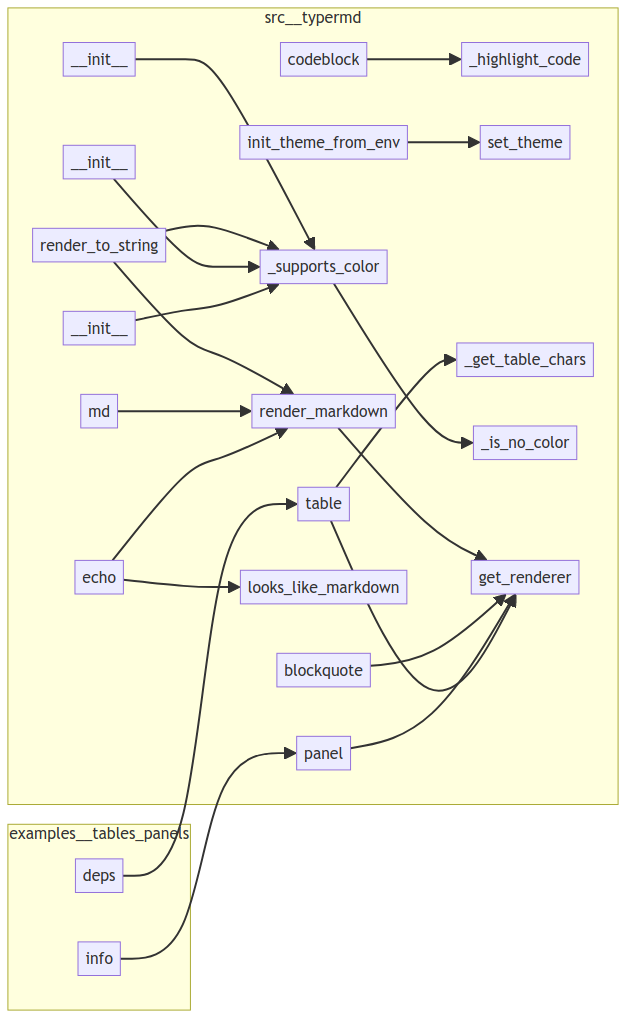
This is project/calls.png from pyfunc/typermd, a Mermaid export, as it was before one commit. Its source is kept beside it as project/calls.mmd. Source of this version:
```mermaid
flowchart LR
    subgraph examples__tables_panels
        examples__tables_panels__deps["deps"]
        examples__tables_panels__info["info"]
    end
    subgraph src__typermd
        src__typermd__renderer__md["md"]
        src__typermd__logger__Logger____init__["__init__"]
        src__typermd__help__MarkdownHelpFormatter____init__["__init__"]
        src__typermd__table["table"]
        src__typermd__renderer__render_to_string["render_to_string"]
        src__typermd__renderer___highlight_code["_highlight_code"]
        src__typermd__renderer__render_markdown["render_markdown"]
        src__typermd__blockquote["blockquote"]
        src__typermd__echo["echo"]
        src__typermd__panel["panel"]
        src__typermd__renderer__MarkdownRenderer__codeblock["codeblock"]
        src__typermd__themes__set_theme["set_theme"]
        src__typermd__renderer__looks_like_markdown["looks_like_markdown"]
        src__typermd__renderer__MarkdownRenderer____init__["__init__"]
        src__typermd___get_table_chars["_get_table_chars"]
        src__typermd__renderer___is_no_color["_is_no_color"]
        src__typermd__renderer__get_renderer["get_renderer"]
        src__typermd__themes__init_theme_from_env["init_theme_from_env"]
        src__typermd__renderer___supports_color["_supports_color"]
    end
    src__typermd__echo --> src__typermd__renderer__looks_like_markdown
    src__typermd__echo --> src__typermd__renderer__render_markdown
    src__typermd__table --> src__typermd__renderer__get_renderer
    src__typermd__table --> src__typermd___get_table_chars
    src__typermd__panel --> src__typermd__renderer__get_renderer
    src__typermd__blockquote --> src__typermd__renderer__get_renderer
    src__typermd__themes__init_theme_from_env --> src__typermd__themes__set_theme
    examples__tables_panels__deps --> src__typermd__table
    examples__tables_panels__info --> src__typermd__panel
    src__typermd__logger__Logger____init__ --> src__typermd__renderer___supports_color
    src__typermd__renderer___supports_color --> src__typermd__renderer___is_no_color
    src__typermd__renderer__MarkdownRenderer____init__ --> src__typermd__renderer___supports_color
    src__typermd__renderer__MarkdownRenderer__codeblock --> src__typermd__renderer___highlight_code
    src__typermd__renderer__render_markdown --> src__typermd__renderer__get_renderer
    src__typermd__renderer__md --> src__typermd__renderer__render_markdown
    src__typermd__renderer__render_to_string --> src__typermd__renderer__render_markdown
    src__typermd__renderer__render_to_string --> src__typermd__renderer___supports_color
    src__typermd__help__MarkdownHelpFormatter____init__ --> src__typermd__renderer___supports_color
```
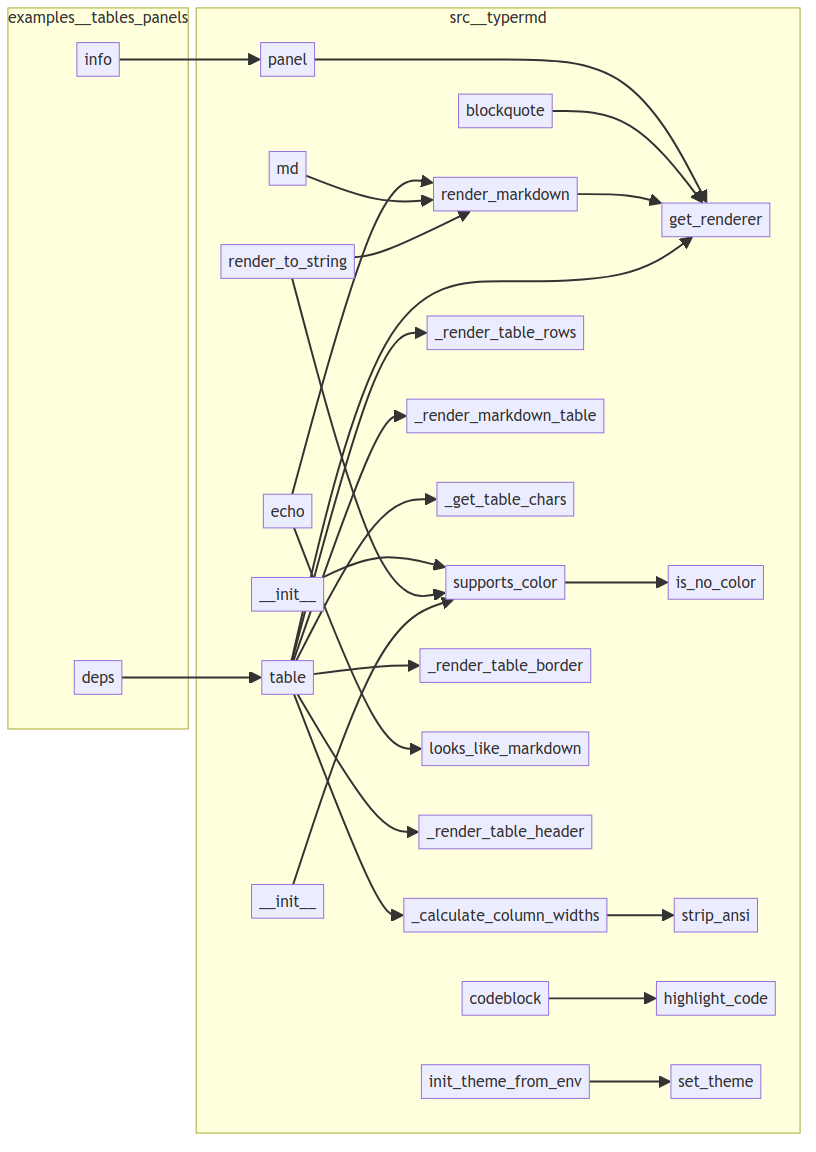
After the change.

Change to the diagram source:
```diff
@@ -1,44 +1,54 @@
 flowchart LR
     subgraph examples__tables_panels
+        examples__tables_panels__info["info"]
         examples__tables_panels__deps["deps"]
-        examples__tables_panels__info["info"]
     end
     subgraph src__typermd
+        src__typermd__themes__init_theme_from_env["init_theme_from_env"]
         src__typermd__renderer__md["md"]
-        src__typermd__logger__Logger____init__["__init__"]
-        src__typermd__help__MarkdownHelpFormatter____init__["__init__"]
-        src__typermd__table["table"]
+        src__typermd__panel["panel"]
+        src__typermd__renderer__get_renderer["get_renderer"]
+        src__typermd__tables___calculate_column_widths["_calculate_column_widths"]
+        src__typermd__ansi__supports_color["supports_color"]
+        src__typermd__renderer__MarkdownRenderer__codeblock["codeblock"]
+        src__typermd__tables___render_table_rows["_render_table_rows"]
+        src__typermd__tables___render_markdown_table["_render_markdown_table"]
         src__typermd__renderer__render_to_string["render_to_string"]
-        src__typermd__renderer___highlight_code["_highlight_code"]
-        src__typermd__renderer__render_markdown["render_markdown"]
+        src__typermd__tables___get_table_chars["_get_table_chars"]
         src__typermd__blockquote["blockquote"]
-        src__typermd__echo["echo"]
-        src__typermd__panel["panel"]
-        src__typermd__renderer__MarkdownRenderer__codeblock["codeblock"]
+        src__typermd__ansi__is_no_color["is_no_color"]
+        src__typermd__tables___render_table_border["_render_table_border"]
+        src__typermd__ansi__strip_ansi["strip_ansi"]
+        src__typermd__tables__table["table"]
+        src__typermd__highlighting__highlight_code["highlight_code"]
         src__typermd__themes__set_theme["set_theme"]
         src__typermd__renderer__looks_like_markdown["looks_like_markdown"]
+        src__typermd__logger__Logger____init__["__init__"]
+        src__typermd__tables___render_table_header["_render_table_header"]
         src__typermd__renderer__MarkdownRenderer____init__["__init__"]
-        src__typermd___get_table_chars["_get_table_chars"]
-        src__typermd__renderer___is_no_color["_is_no_color"]
-        src__typermd__renderer__get_renderer["get_renderer"]
-        src__typermd__themes__init_theme_from_env["init_theme_from_env"]
-        src__typermd__renderer___supports_color["_supports_color"]
+        src__typermd__renderer__render_markdown["render_markdown"]
+        src__typermd__echo["echo"]
     end
+    examples__tables_panels__deps --> src__typermd__tables__table
+    examples__tables_panels__info --> src__typermd__panel
+    src__typermd__ansi__supports_color --> src__typermd__ansi__is_no_color
     src__typermd__echo --> src__typermd__renderer__looks_like_markdown
     src__typermd__echo --> src__typermd__renderer__render_markdown
-    src__typermd__table --> src__typermd__renderer__get_renderer
-    src__typermd__table --> src__typermd___get_table_chars
     src__typermd__panel --> src__typermd__renderer__get_renderer
     src__typermd__blockquote --> src__typermd__renderer__get_renderer
-    src__typermd__themes__init_theme_from_env --> src__typermd__themes__set_theme
-    examples__tables_panels__deps --> src__typermd__table
-    examples__tables_panels__info --> src__typermd__panel
-    src__typermd__logger__Logger____init__ --> src__typermd__renderer___supports_color
-    src__typermd__renderer___supports_color --> src__typermd__renderer___is_no_color
-    src__typermd__renderer__MarkdownRenderer____init__ --> src__typermd__renderer___supports_color
-    src__typermd__renderer__MarkdownRenderer__codeblock --> src__typermd__renderer___highlight_code
+    src__typermd__renderer__MarkdownRenderer____init__ --> src__typermd__ansi__supports_color
+    src__typermd__renderer__MarkdownRenderer__codeblock --> src__typermd__highlighting__highlight_code
     src__typermd__renderer__render_markdown --> src__typermd__renderer__get_renderer
     src__typermd__renderer__md --> src__typermd__renderer__render_markdown
     src__typermd__renderer__render_to_string --> src__typermd__renderer__render_markdown
-    src__typermd__renderer__render_to_string --> src__typermd__renderer___supports_color
-    src__typermd__help__MarkdownHelpFormatter____init__ --> src__typermd__renderer___supports_color
+    src__typermd__renderer__render_to_string --> src__typermd__ansi__supports_color
+    src__typermd__tables___calculate_column_widths --> src__typermd__ansi__strip_ansi
+    src__typermd__tables__table --> src__typermd__renderer__get_renderer
+    src__typermd__tables__table --> src__typermd__tables___get_table_chars
+    src__typermd__tables__table --> src__typermd__tables___calculate_column_widths
+    src__typermd__tables__table --> src__typermd__tables___render_table_border
+    src__typermd__tables__table --> src__typermd__tables___render_table_header
+    src__typermd__tables__table --> src__typermd__tables___render_table_rows
+    src__typermd__tables__table --> src__typermd__tables___render_markdown_table
+    src__typermd__logger__Logger____init__ --> src__typermd__ansi__supports_color
+    src__typermd__themes__init_theme_from_env --> src__typermd__themes__set_theme
```
